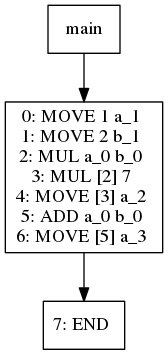
Earlier version of the Graphviz export viz/test021.dot.png (jiahanwang/PL241-Compiler). Its source is kept beside it as viz/test021.dot.
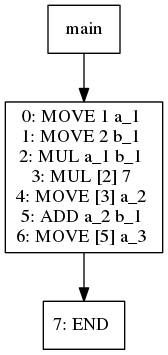
After the change.

What changed in the source:
```diff
@@ -4,10 +4,10 @@
 1 -> 3
 3[label="0: MOVE 1 a_1
 1: MOVE 2 b_1
-2: MUL a_0 b_0
+2: MUL a_1 b_1
 3: MUL [2] 7
 4: MOVE [3] a_2
-5: ADD a_0 b_0
+5: ADD a_2 b_1
 6: MOVE [5] a_3
 "]
 3 -> 7
```
